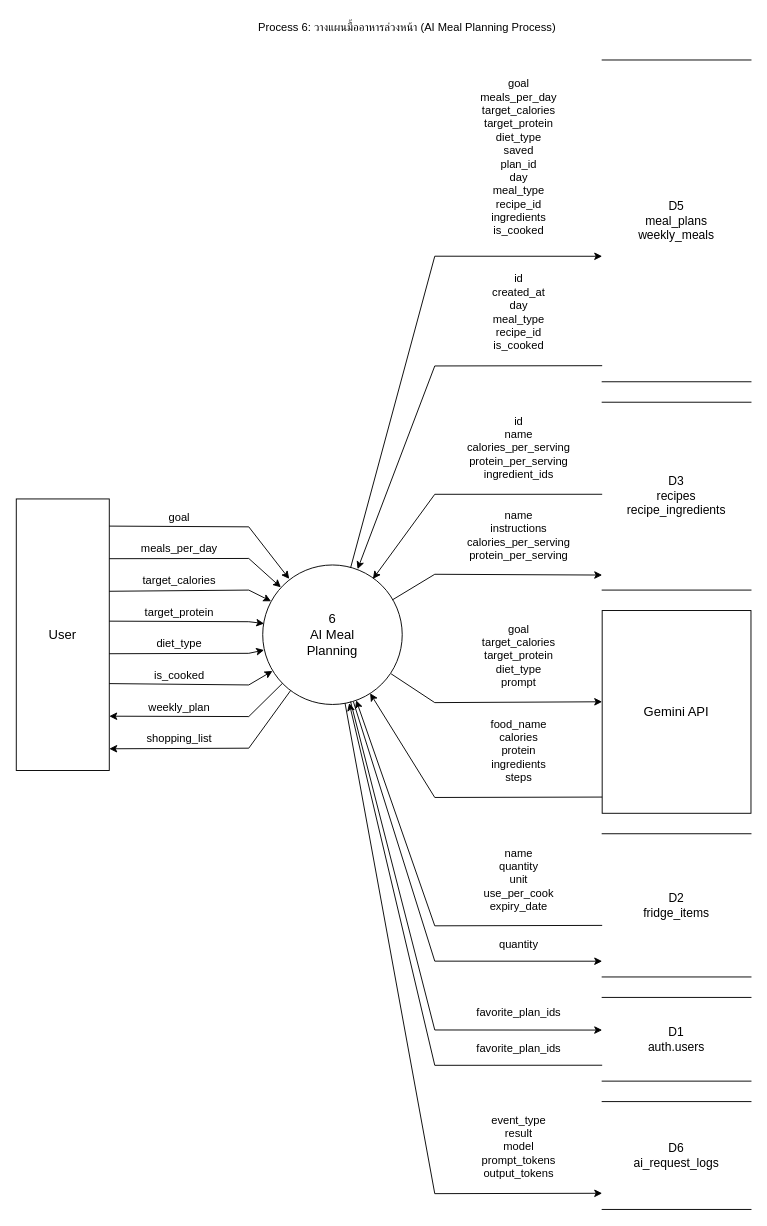
Before: page "P6 AI Meal Planning" (7 of 8) of docs/dfd.drawio in Natthawadee-Jansamut/smartfridge, a draw.io diagram. Source tidied: cells renumbered, new cells numbered last; positions are measured from the earlier drawing's top-left corner, leaving out a move shared by most shapes. Both pictures are drawn from the tidied source at 93%, with x=0, y=0 at pixel (16, 16).
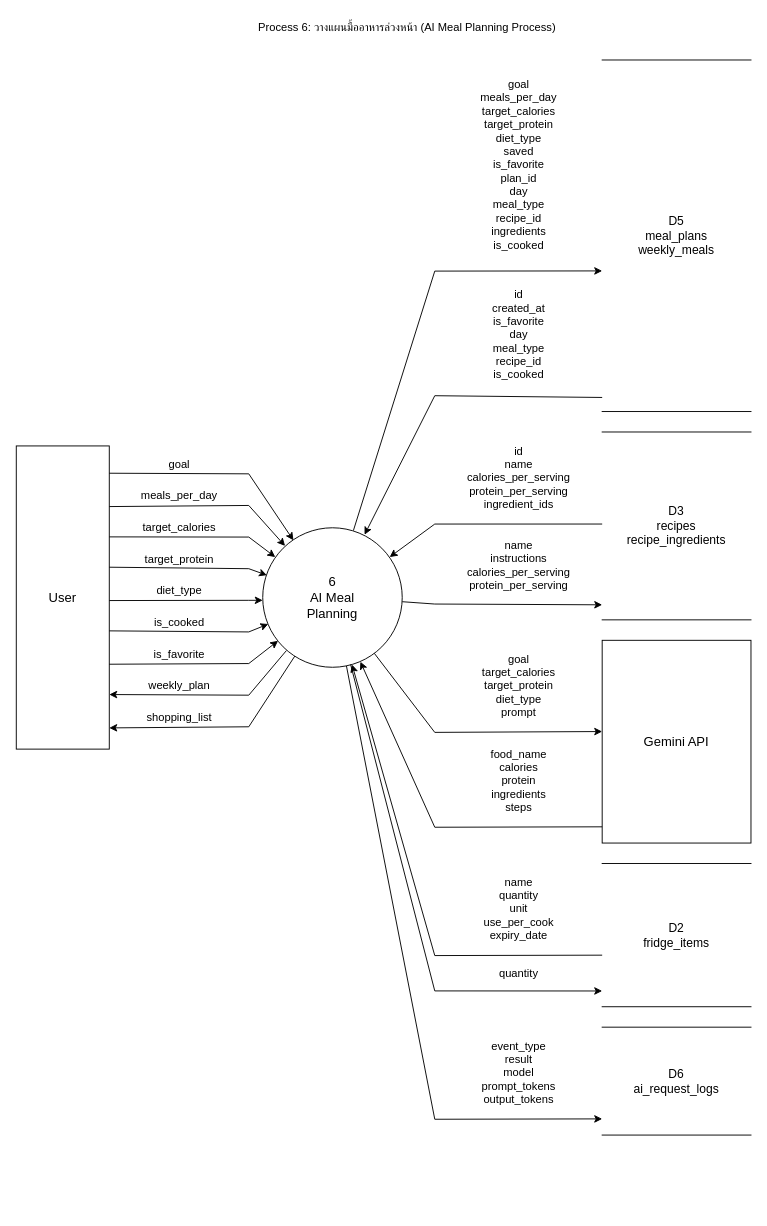
The same page after the edit.

Commit message (it also covers changes not shown here):
แพลนโปรดย้ายไปเก็บที่คอลัมน์ meal_plans.is_favorite

Diff of the diagram source:
```diff
@@
     <mxCell id="3" value="6&lt;br&gt;AI Meal&lt;br&gt;Planning" style="ellipse;whiteSpace=wrap;html=1;fontSize=14;" parent="1" vertex="1">
-      <mxGeometry x="265" y="590" width="150" height="150" as="geometry" />
+      <mxGeometry x="265" y="550" width="150" height="150" as="geometry" />
     </mxCell>
     <mxCell id="4" value="User" style="rounded=0;whiteSpace=wrap;html=1;fontSize=14;" parent="1" vertex="1">
-      <mxGeometry y="519" width="100" height="292" as="geometry" />
+      <mxGeometry y="462" width="100" height="326" as="geometry" />
     </mxCell>
-    <mxCell id="5" style="edgeStyle=none;html=1;endArrow=classic;endFill=1;rounded=0;exitPerimeter=0;entryPerimeter=0;exitX=1;exitY=0.1;entryX=0.19;entryY=0.1;" parent="1" edge="1" source="4" target="3">
+    <mxCell id="5" style="edgeStyle=none;html=1;endArrow=classic;endFill=1;rounded=0;exitPerimeter=0;entryPerimeter=0;exitX=1;exitY=0.09;entryX=0.22;entryY=0.09;" parent="1" edge="1" source="4" target="3">
       <mxGeometry relative="1" as="geometry">
         <Array as="points">
-          <mxPoint x="250" y="549" />
+          <mxPoint x="250" y="492" />
         </Array>
       </mxGeometry>
     </mxCell>
     <mxCell id="6" value="goal" style="text;html=1;align=center;verticalAlign=middle;fontSize=12;" parent="1" vertex="1">
-      <mxGeometry x="102" y="530" width="146" height="18" as="geometry" />
+      <mxGeometry x="102" y="473" width="146" height="18" as="geometry" />
     </mxCell>
-    <mxCell id="7" style="edgeStyle=none;html=1;endArrow=classic;endFill=1;rounded=0;exitPerimeter=0;entryPerimeter=0;exitX=1;exitY=0.22;entryX=0.13;entryY=0.16;" parent="1" edge="1" source="4" target="3">
+    <mxCell id="7" style="edgeStyle=none;html=1;endArrow=classic;endFill=1;rounded=0;exitPerimeter=0;entryPerimeter=0;exitX=1;exitY=0.2;entryX=0.16;entryY=0.13;" parent="1" edge="1" source="4" target="3">
       <mxGeometry relative="1" as="geometry">
         <Array as="points">
-          <mxPoint x="250" y="583" />
+          <mxPoint x="250" y="526" />
         </Array>
       </mxGeometry>
     </mxCell>
     <mxCell id="8" value="meals_per_day" style="text;html=1;align=center;verticalAlign=middle;fontSize=12;" parent="1" vertex="1">
-      <mxGeometry x="102" y="564" width="146" height="18" as="geometry" />
+      <mxGeometry x="102" y="507" width="146" height="18" as="geometry" />
     </mxCell>
-    <mxCell id="9" style="edgeStyle=none;html=1;endArrow=classic;endFill=1;rounded=0;exitPerimeter=0;entryPerimeter=0;exitX=1;exitY=0.34;entryX=0.06;entryY=0.26;" parent="1" edge="1" source="4" target="3">
+    <mxCell id="9" style="edgeStyle=none;html=1;endArrow=classic;endFill=1;rounded=0;exitPerimeter=0;entryPerimeter=0;exitX=1;exitY=0.3;entryX=0.09;entryY=0.21;" parent="1" edge="1" source="4" target="3">
       <mxGeometry relative="1" as="geometry">
         <Array as="points">
-          <mxPoint x="250" y="617" />
+          <mxPoint x="250" y="560" />
         </Array>
       </mxGeometry>
     </mxCell>
     <mxCell id="10" value="target_calories" style="text;html=1;align=center;verticalAlign=middle;fontSize=12;" parent="1" vertex="1">
-      <mxGeometry x="102" y="598" width="146" height="18" as="geometry" />
+      <mxGeometry x="102" y="541" width="146" height="18" as="geometry" />
     </mxCell>
-    <mxCell id="11" style="edgeStyle=none;html=1;endArrow=classic;endFill=1;rounded=0;exitPerimeter=0;entryPerimeter=0;exitX=1;exitY=0.45;entryX=0.01;entryY=0.42;" parent="1" edge="1" source="4" target="3">
+    <mxCell id="11" style="edgeStyle=none;html=1;endArrow=classic;endFill=1;rounded=0;exitPerimeter=0;entryPerimeter=0;exitX=1;exitY=0.4;entryX=0.03;entryY=0.34;" parent="1" edge="1" source="4" target="3">
       <mxGeometry relative="1" as="geometry">
         <Array as="points">
-          <mxPoint x="250" y="651" />
+          <mxPoint x="250" y="594" />
         </Array>
       </mxGeometry>
     </mxCell>
     <mxCell id="12" value="target_protein" style="text;html=1;align=center;verticalAlign=middle;fontSize=12;" parent="1" vertex="1">
-      <mxGeometry x="102" y="632" width="146" height="18" as="geometry" />
+      <mxGeometry x="102" y="575" width="146" height="18" as="geometry" />
     </mxCell>
-    <mxCell id="13" style="edgeStyle=none;html=1;endArrow=classic;endFill=1;rounded=0;exitPerimeter=0;entryPerimeter=0;exitX=1;exitY=0.57;entryX=0.01;entryY=0.61;" parent="1" edge="1" source="4" target="3">
+    <mxCell id="13" style="edgeStyle=none;html=1;endArrow=classic;endFill=1;rounded=0;exitPerimeter=0;entryPerimeter=0;exitX=1;exitY=0.51;entryX=0;entryY=0.52;" parent="1" edge="1" source="4" target="3">
       <mxGeometry relative="1" as="geometry">
         <Array as="points">
-          <mxPoint x="250" y="685" />
+          <mxPoint x="250" y="628" />
         </Array>
       </mxGeometry>
     </mxCell>
     <mxCell id="14" value="diet_type" style="text;html=1;align=center;verticalAlign=middle;fontSize=12;" parent="1" vertex="1">
-      <mxGeometry x="102" y="666" width="146" height="18" as="geometry" />
+      <mxGeometry x="102" y="609" width="146" height="18" as="geometry" />
     </mxCell>
-    <mxCell id="15" style="edgeStyle=none;html=1;endArrow=classic;endFill=1;rounded=0;exitPerimeter=0;entryPerimeter=0;exitX=1;exitY=0.68;entryX=0.07;entryY=0.76;" parent="1" edge="1" source="4" target="3">
+    <mxCell id="15" style="edgeStyle=none;html=1;endArrow=classic;endFill=1;rounded=0;exitPerimeter=0;entryPerimeter=0;exitX=1;exitY=0.61;entryX=0.04;entryY=0.69;" parent="1" edge="1" source="4" target="3">
       <mxGeometry relative="1" as="geometry">
         <Array as="points">
-          <mxPoint x="250" y="719" />
+          <mxPoint x="250" y="662" />
         </Array>
       </mxGeometry>
     </mxCell>
     <mxCell id="16" value="is_cooked" style="text;html=1;align=center;verticalAlign=middle;fontSize=12;" parent="1" vertex="1">
-      <mxGeometry x="102" y="700" width="146" height="18" as="geometry" />
+      <mxGeometry x="102" y="643" width="146" height="18" as="geometry" />
     </mxCell>
-    <mxCell id="17" style="edgeStyle=none;html=1;endArrow=classic;endFill=1;rounded=0;exitPerimeter=0;entryPerimeter=0;exitX=0.14;exitY=0.85;entryX=1;entryY=0.8;" parent="1" edge="1" source="3" target="4">
+    <mxCell id="17" style="edgeStyle=none;html=1;endArrow=classic;endFill=1;rounded=0;exitPerimeter=0;entryPerimeter=0;exitX=1;exitY=0.72;entryX=0.11;entryY=0.81;" parent="1" edge="1" source="4" target="3">
       <mxGeometry relative="1" as="geometry">
         <Array as="points">
-          <mxPoint x="250" y="753" />
+          <mxPoint x="250" y="696" />
         </Array>
       </mxGeometry>
     </mxCell>
-    <mxCell id="18" value="weekly_plan" style="text;html=1;align=center;verticalAlign=middle;fontSize=12;" parent="1" vertex="1">
-      <mxGeometry x="102" y="734" width="146" height="18" as="geometry" />
+    <mxCell id="18" value="is_favorite" style="text;html=1;align=center;verticalAlign=middle;fontSize=12;" parent="1" vertex="1">
+      <mxGeometry x="102" y="677" width="146" height="18" as="geometry" />
     </mxCell>
-    <mxCell id="19" style="edgeStyle=none;html=1;endArrow=classic;endFill=1;rounded=0;exitPerimeter=0;entryPerimeter=0;exitX=0.2;exitY=0.9;entryX=1;entryY=0.92;" parent="1" edge="1" source="3" target="4">
+    <mxCell id="19" style="edgeStyle=none;html=1;endArrow=classic;endFill=1;rounded=0;exitPerimeter=0;entryPerimeter=0;exitX=0.17;exitY=0.88;entryX=1;entryY=0.82;" parent="1" edge="1" source="3" target="4">
       <mxGeometry relative="1" as="geometry">
         <Array as="points">
-          <mxPoint x="250" y="787" />
+          <mxPoint x="250" y="730" />
         </Array>
       </mxGeometry>
     </mxCell>
-    <mxCell id="20" value="shopping_list" style="text;html=1;align=center;verticalAlign=middle;fontSize=12;" parent="1" vertex="1">
-      <mxGeometry x="102" y="768" width="146" height="18" as="geometry" />
+    <mxCell id="20" value="weekly_plan" style="text;html=1;align=center;verticalAlign=middle;fontSize=12;" parent="1" vertex="1">
+      <mxGeometry x="102" y="711" width="146" height="18" as="geometry" />
     </mxCell>
-    <mxCell id="21" value="D5&lt;br&gt;meal_plans&lt;br&gt;weekly_meals" style="shape=partialRectangle;whiteSpace=wrap;html=1;left=0;right=0;top=1;bottom=1;fillColor=none;fontSize=13;" parent="1" vertex="1">
-      <mxGeometry x="630" y="47" width="160" height="346" as="geometry" />
+    <mxCell id="21" style="edgeStyle=none;html=1;endArrow=classic;endFill=1;rounded=0;exitPerimeter=0;entryPerimeter=0;exitX=0.23;exitY=0.92;entryX=1;entryY=0.93;" parent="1" edge="1" source="3" target="4">
+      <mxGeometry relative="1" as="geometry">
+        <Array as="points">
+          <mxPoint x="250" y="764" />
+        </Array>
+      </mxGeometry>
     </mxCell>
-    <mxCell id="22" style="edgeStyle=none;html=1;endArrow=classic;endFill=1;rounded=0;exitPerimeter=0;entryPerimeter=0;exitX=0.63;exitY=0.02;entryX=0;entryY=0.61;" parent="1" edge="1" source="3" target="21">
-      <mxGeometry relative="1" as="geometry">
-        <Array as="points">
-          <mxPoint x="450" y="258" />
-        </Array>
-      </mxGeometry>
+    <mxCell id="22" value="shopping_list" style="text;html=1;align=center;verticalAlign=middle;fontSize=12;" parent="1" vertex="1">
+      <mxGeometry x="102" y="745" width="146" height="18" as="geometry" />
     </mxCell>
-    <mxCell id="23" value="goal&lt;br&gt;meals_per_day&lt;br&gt;target_calories&lt;br&gt;target_protein&lt;br&gt;diet_type&lt;br&gt;saved&lt;br&gt;plan_id&lt;br&gt;day&lt;br&gt;meal_type&lt;br&gt;recipe_id&lt;br&gt;ingredients&lt;br&gt;is_cooked" style="text;html=1;align=center;verticalAlign=middle;fontSize=12;" parent="1" vertex="1">
-      <mxGeometry x="453" y="56" width="174" height="192" as="geometry" />
+    <mxCell id="23" value="D5&lt;br&gt;meal_plans&lt;br&gt;weekly_meals" style="shape=partialRectangle;whiteSpace=wrap;html=1;left=0;right=0;top=1;bottom=1;fillColor=none;fontSize=13;" parent="1" vertex="1">
+      <mxGeometry x="630" y="47" width="160" height="378" as="geometry" />
     </mxCell>
-    <mxCell id="24" style="edgeStyle=none;html=1;endArrow=classic;endFill=1;rounded=0;exitPerimeter=0;entryPerimeter=0;exitX=0;exitY=0.95;entryX=0.68;entryY=0.03;" parent="1" edge="1" source="21" target="3">
+    <mxCell id="24" style="edgeStyle=none;html=1;endArrow=classic;endFill=1;rounded=0;exitPerimeter=0;entryPerimeter=0;exitX=0.65;exitY=0.02;entryX=0;entryY=0.6;" parent="1" edge="1" source="3" target="23">
       <mxGeometry relative="1" as="geometry">
         <Array as="points">
-          <mxPoint x="450" y="376" />
+          <mxPoint x="450" y="274" />
         </Array>
       </mxGeometry>
     </mxCell>
-    <mxCell id="25" value="id&lt;br&gt;created_at&lt;br&gt;day&lt;br&gt;meal_type&lt;br&gt;recipe_id&lt;br&gt;is_cooked" style="text;html=1;align=center;verticalAlign=middle;fontSize=12;" parent="1" vertex="1">
-      <mxGeometry x="453" y="270" width="174" height="96" as="geometry" />
+    <mxCell id="25" value="goal&lt;br&gt;meals_per_day&lt;br&gt;target_calories&lt;br&gt;target_protein&lt;br&gt;diet_type&lt;br&gt;saved&lt;br&gt;is_favorite&lt;br&gt;plan_id&lt;br&gt;day&lt;br&gt;meal_type&lt;br&gt;recipe_id&lt;br&gt;ingredients&lt;br&gt;is_cooked" style="text;html=1;align=center;verticalAlign=middle;fontSize=12;" parent="1" vertex="1">
+      <mxGeometry x="453" y="56" width="174" height="208" as="geometry" />
     </mxCell>
-    <mxCell id="26" value="D3&lt;br&gt;recipes&lt;br&gt;recipe_ingredients" style="shape=partialRectangle;whiteSpace=wrap;html=1;left=0;right=0;top=1;bottom=1;fillColor=none;fontSize=13;" parent="1" vertex="1">
-      <mxGeometry x="630" y="415" width="160" height="202" as="geometry" />
+    <mxCell id="26" style="edgeStyle=none;html=1;endArrow=classic;endFill=1;rounded=0;exitPerimeter=0;entryPerimeter=0;exitX=0;exitY=0.96;entryX=0.73;entryY=0.05;" parent="1" edge="1" source="23" target="3">
+      <mxGeometry relative="1" as="geometry">
+        <Array as="points">
+          <mxPoint x="450" y="408" />
+        </Array>
+      </mxGeometry>
     </mxCell>
-    <mxCell id="27" style="edgeStyle=none;html=1;endArrow=classic;endFill=1;rounded=0;exitPerimeter=0;entryPerimeter=0;exitX=0;exitY=0.49;entryX=0.79;entryY=0.1;" parent="1" edge="1" source="26" target="3">
-      <mxGeometry relative="1" as="geometry">
-        <Array as="points">
-          <mxPoint x="450" y="514" />
-        </Array>
-      </mxGeometry>
+    <mxCell id="27" value="id&lt;br&gt;created_at&lt;br&gt;is_favorite&lt;br&gt;day&lt;br&gt;meal_type&lt;br&gt;recipe_id&lt;br&gt;is_cooked" style="text;html=1;align=center;verticalAlign=middle;fontSize=12;" parent="1" vertex="1">
+      <mxGeometry x="453" y="286" width="174" height="112" as="geometry" />
     </mxCell>
-    <mxCell id="28" value="id&lt;br&gt;name&lt;br&gt;calories_per_serving&lt;br&gt;protein_per_serving&lt;br&gt;ingredient_ids" style="text;html=1;align=center;verticalAlign=middle;fontSize=12;" parent="1" vertex="1">
-      <mxGeometry x="453" y="424" width="174" height="80" as="geometry" />
+    <mxCell id="28" value="D3&lt;br&gt;recipes&lt;br&gt;recipe_ingredients" style="shape=partialRectangle;whiteSpace=wrap;html=1;left=0;right=0;top=1;bottom=1;fillColor=none;fontSize=13;" parent="1" vertex="1">
+      <mxGeometry x="630" y="447" width="160" height="202" as="geometry" />
     </mxCell>
-    <mxCell id="29" style="edgeStyle=none;html=1;endArrow=classic;endFill=1;rounded=0;exitPerimeter=0;entryPerimeter=0;exitX=0.93;exitY=0.25;entryX=0;entryY=0.92;" parent="1" edge="1" source="3" target="26">
+    <mxCell id="29" style="edgeStyle=none;html=1;endArrow=classic;endFill=1;rounded=0;exitPerimeter=0;entryPerimeter=0;exitX=0;exitY=0.49;entryX=0.91;entryY=0.21;" parent="1" edge="1" source="28" target="3">
       <mxGeometry relative="1" as="geometry">
         <Array as="points">
-          <mxPoint x="450" y="600" />
+          <mxPoint x="450" y="546" />
         </Array>
       </mxGeometry>
     </mxCell>
-    <mxCell id="30" value="name&lt;br&gt;instructions&lt;br&gt;calories_per_serving&lt;br&gt;protein_per_serving" style="text;html=1;align=center;verticalAlign=middle;fontSize=12;" parent="1" vertex="1">
-      <mxGeometry x="453" y="526" width="174" height="64" as="geometry" />
+    <mxCell id="30" value="id&lt;br&gt;name&lt;br&gt;calories_per_serving&lt;br&gt;protein_per_serving&lt;br&gt;ingredient_ids" style="text;html=1;align=center;verticalAlign=middle;fontSize=12;" parent="1" vertex="1">
+      <mxGeometry x="453" y="456" width="174" height="80" as="geometry" />
     </mxCell>
-    <mxCell id="31" value="Gemini API" style="rounded=0;whiteSpace=wrap;html=1;fontSize=14;" parent="1" vertex="1">
-      <mxGeometry x="630" y="639" width="160" height="218" as="geometry" />
+    <mxCell id="31" style="edgeStyle=none;html=1;endArrow=classic;endFill=1;rounded=0;exitPerimeter=0;entryPerimeter=0;exitX=1;exitY=0.53;entryX=0;entryY=0.92;" parent="1" edge="1" source="3" target="28">
+      <mxGeometry relative="1" as="geometry">
+        <Array as="points">
+          <mxPoint x="450" y="632" />
+        </Array>
+      </mxGeometry>
     </mxCell>
-    <mxCell id="32" style="edgeStyle=none;html=1;endArrow=classic;endFill=1;rounded=0;exitPerimeter=0;entryPerimeter=0;exitX=0.92;exitY=0.78;entryX=0;entryY=0.45;" parent="1" edge="1" source="3" target="31">
-      <mxGeometry relative="1" as="geometry">
-        <Array as="points">
-          <mxPoint x="450" y="738" />
-        </Array>
-      </mxGeometry>
+    <mxCell id="32" value="name&lt;br&gt;instructions&lt;br&gt;calories_per_serving&lt;br&gt;protein_per_serving" style="text;html=1;align=center;verticalAlign=middle;fontSize=12;" parent="1" vertex="1">
+      <mxGeometry x="453" y="558" width="174" height="64" as="geometry" />
     </mxCell>
-    <mxCell id="33" value="goal&lt;br&gt;target_calories&lt;br&gt;target_protein&lt;br&gt;diet_type&lt;br&gt;prompt" style="text;html=1;align=center;verticalAlign=middle;fontSize=12;" parent="1" vertex="1">
-      <mxGeometry x="453" y="648" width="174" height="80" as="geometry" />
+    <mxCell id="33" value="Gemini API" style="rounded=0;whiteSpace=wrap;html=1;fontSize=14;" parent="1" vertex="1">
+      <mxGeometry x="630" y="671" width="160" height="218" as="geometry" />
     </mxCell>
-    <mxCell id="34" style="edgeStyle=none;html=1;endArrow=classic;endFill=1;rounded=0;exitPerimeter=0;entryPerimeter=0;exitX=0;exitY=0.92;entryX=0.77;entryY=0.92;" parent="1" edge="1" source="31" target="3">
+    <mxCell id="34" style="edgeStyle=none;html=1;endArrow=classic;endFill=1;rounded=0;exitPerimeter=0;entryPerimeter=0;exitX=0.8;exitY=0.9;entryX=0;entryY=0.45;" parent="1" edge="1" source="3" target="33">
       <mxGeometry relative="1" as="geometry">
         <Array as="points">
-          <mxPoint x="450" y="840" />
+          <mxPoint x="450" y="770" />
         </Array>
       </mxGeometry>
     </mxCell>
-    <mxCell id="35" value="food_name&lt;br&gt;calories&lt;br&gt;protein&lt;br&gt;ingredients&lt;br&gt;steps" style="text;html=1;align=center;verticalAlign=middle;fontSize=12;" parent="1" vertex="1">
-      <mxGeometry x="453" y="750" width="174" height="80" as="geometry" />
+    <mxCell id="35" value="goal&lt;br&gt;target_calories&lt;br&gt;target_protein&lt;br&gt;diet_type&lt;br&gt;prompt" style="text;html=1;align=center;verticalAlign=middle;fontSize=12;" parent="1" vertex="1">
+      <mxGeometry x="453" y="680" width="174" height="80" as="geometry" />
     </mxCell>
-    <mxCell id="36" value="D2&lt;br&gt;fridge_items" style="shape=partialRectangle;whiteSpace=wrap;html=1;left=0;right=0;top=1;bottom=1;fillColor=none;fontSize=13;" parent="1" vertex="1">
-      <mxGeometry x="630" y="879" width="160" height="154" as="geometry" />
+    <mxCell id="36" style="edgeStyle=none;html=1;endArrow=classic;endFill=1;rounded=0;exitPerimeter=0;entryPerimeter=0;exitX=0;exitY=0.92;entryX=0.7;entryY=0.96;" parent="1" edge="1" source="33" target="3">
+      <mxGeometry relative="1" as="geometry">
+        <Array as="points">
+          <mxPoint x="450" y="872" />
+        </Array>
+      </mxGeometry>
     </mxCell>
-    <mxCell id="37" style="edgeStyle=none;html=1;endArrow=classic;endFill=1;rounded=0;exitPerimeter=0;entryPerimeter=0;exitX=0;exitY=0.64;entryX=0.67;entryY=0.97;" parent="1" edge="1" source="36" target="3">
-      <mxGeometry relative="1" as="geometry">
-        <Array as="points">
-          <mxPoint x="450" y="978" />
-        </Array>
-      </mxGeometry>
+    <mxCell id="37" value="food_name&lt;br&gt;calories&lt;br&gt;protein&lt;br&gt;ingredients&lt;br&gt;steps" style="text;html=1;align=center;verticalAlign=middle;fontSize=12;" parent="1" vertex="1">
+      <mxGeometry x="453" y="782" width="174" height="80" as="geometry" />
     </mxCell>
-    <mxCell id="38" value="name&lt;br&gt;quantity&lt;br&gt;unit&lt;br&gt;use_per_cook&lt;br&gt;expiry_date" style="text;html=1;align=center;verticalAlign=middle;fontSize=12;" parent="1" vertex="1">
-      <mxGeometry x="453" y="888" width="174" height="80" as="geometry" />
+    <mxCell id="38" value="D2&lt;br&gt;fridge_items" style="shape=partialRectangle;whiteSpace=wrap;html=1;left=0;right=0;top=1;bottom=1;fillColor=none;fontSize=13;" parent="1" vertex="1">
+      <mxGeometry x="630" y="911" width="160" height="154" as="geometry" />
     </mxCell>
-    <mxCell id="39" style="edgeStyle=none;html=1;endArrow=classic;endFill=1;rounded=0;exitPerimeter=0;entryPerimeter=0;exitX=0.65;exitY=0.98;entryX=0;entryY=0.89;" parent="1" edge="1" source="3" target="36">
+    <mxCell id="39" style="edgeStyle=none;html=1;endArrow=classic;endFill=1;rounded=0;exitPerimeter=0;entryPerimeter=0;exitX=0;exitY=0.64;entryX=0.64;entryY=0.98;" parent="1" edge="1" source="38" target="3">
       <mxGeometry relative="1" as="geometry">
         <Array as="points">
-          <mxPoint x="450" y="1016" />
+          <mxPoint x="450" y="1010" />
         </Array>
       </mxGeometry>
     </mxCell>
-    <mxCell id="40" value="quantity" style="text;html=1;align=center;verticalAlign=middle;fontSize=12;" parent="1" vertex="1">
-      <mxGeometry x="453" y="990" width="174" height="16" as="geometry" />
+    <mxCell id="40" value="name&lt;br&gt;quantity&lt;br&gt;unit&lt;br&gt;use_per_cook&lt;br&gt;expiry_date" style="text;html=1;align=center;verticalAlign=middle;fontSize=12;" parent="1" vertex="1">
+      <mxGeometry x="453" y="920" width="174" height="80" as="geometry" />
     </mxCell>
-    <mxCell id="41" value="D1&lt;br&gt;auth.users" style="shape=partialRectangle;whiteSpace=wrap;html=1;left=0;right=0;top=1;bottom=1;fillColor=none;fontSize=13;" parent="1" vertex="1">
-      <mxGeometry x="630" y="1055" width="160" height="90" as="geometry" />
+    <mxCell id="41" style="edgeStyle=none;html=1;endArrow=classic;endFill=1;rounded=0;exitPerimeter=0;entryPerimeter=0;exitX=0.63;exitY=0.98;entryX=0;entryY=0.89;" parent="1" edge="1" source="3" target="38">
+      <mxGeometry relative="1" as="geometry">
+        <Array as="points">
+          <mxPoint x="450" y="1048" />
+        </Array>
+      </mxGeometry>
     </mxCell>
-    <mxCell id="42" style="edgeStyle=none;html=1;endArrow=classic;endFill=1;rounded=0;exitPerimeter=0;entryPerimeter=0;exitX=0.63;exitY=0.98;entryX=0;entryY=0.39;" parent="1" edge="1" source="3" target="41">
-      <mxGeometry relative="1" as="geometry">
-        <Array as="points">
-          <mxPoint x="450" y="1090" />
-        </Array>
-      </mxGeometry>
+    <mxCell id="42" value="quantity" style="text;html=1;align=center;verticalAlign=middle;fontSize=12;" parent="1" vertex="1">
+      <mxGeometry x="453" y="1022" width="174" height="16" as="geometry" />
     </mxCell>
-    <mxCell id="43" value="favorite_plan_ids" style="text;html=1;align=center;verticalAlign=middle;fontSize=12;" parent="1" vertex="1">
-      <mxGeometry x="453" y="1064" width="174" height="16" as="geometry" />
+    <mxCell id="43" value="D6&lt;br&gt;ai_request_logs" style="shape=partialRectangle;whiteSpace=wrap;html=1;left=0;right=0;top=1;bottom=1;fillColor=none;fontSize=13;" parent="1" vertex="1">
+      <mxGeometry x="630" y="1087" width="160" height="116" as="geometry" />
     </mxCell>
-    <mxCell id="44" style="edgeStyle=none;html=1;endArrow=classic;endFill=1;rounded=0;exitPerimeter=0;entryPerimeter=0;exitX=0;exitY=0.81;entryX=0.62;entryY=0.99;" parent="1" edge="1" source="41" target="3">
+    <mxCell id="44" style="edgeStyle=none;html=1;endArrow=classic;endFill=1;rounded=0;exitPerimeter=0;entryPerimeter=0;exitX=0.6;exitY=0.99;entryX=0;entryY=0.85;" parent="1" edge="1" source="3" target="43">
       <mxGeometry relative="1" as="geometry">
         <Array as="points">
-          <mxPoint x="450" y="1128" />
+          <mxPoint x="450" y="1186" />
         </Array>
       </mxGeometry>
     </mxCell>
-    <mxCell id="45" value="favorite_plan_ids" style="text;html=1;align=center;verticalAlign=middle;fontSize=12;" parent="1" vertex="1">
-      <mxGeometry x="453" y="1102" width="174" height="16" as="geometry" />
+    <mxCell id="45" value="event_type&lt;br&gt;result&lt;br&gt;model&lt;br&gt;prompt_tokens&lt;br&gt;output_tokens" style="text;html=1;align=center;verticalAlign=middle;fontSize=12;" parent="1" vertex="1">
+      <mxGeometry x="453" y="1096" width="174" height="80" as="geometry" />
     </mxCell>
-    <mxCell id="46" value="D6&lt;br&gt;ai_request_logs" style="shape=partialRectangle;whiteSpace=wrap;html=1;left=0;right=0;top=1;bottom=1;fillColor=none;fontSize=13;" parent="1" vertex="1">
-      <mxGeometry x="630" y="1167" width="160" height="116" as="geometry" />
-    </mxCell>
-    <mxCell id="47" style="edgeStyle=none;html=1;endArrow=classic;endFill=1;rounded=0;exitPerimeter=0;entryPerimeter=0;exitX=0.59;exitY=0.99;entryX=0;entryY=0.85;" parent="1" edge="1" source="3" target="46">
-      <mxGeometry relative="1" as="geometry">
-        <Array as="points">
-          <mxPoint x="450" y="1266" />
-        </Array>
-      </mxGeometry>
-    </mxCell>
-    <mxCell id="48" value="event_type&lt;br&gt;result&lt;br&gt;model&lt;br&gt;prompt_tokens&lt;br&gt;output_tokens" style="text;html=1;align=center;verticalAlign=middle;fontSize=12;" parent="1" vertex="1">
-      <mxGeometry x="453" y="1176" width="174" height="80" as="geometry" />
-    </mxCell>
```
